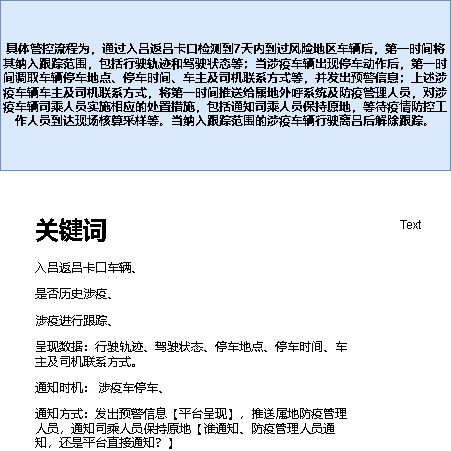
Above: 吕梁疫情防控.drawio.png in xktder/draw (draw.io), before the change. Source tidied: cells renumbered, new cells last; positions are measured from the earlier drawing's top-left corner, leaving out a move shared by most shapes.
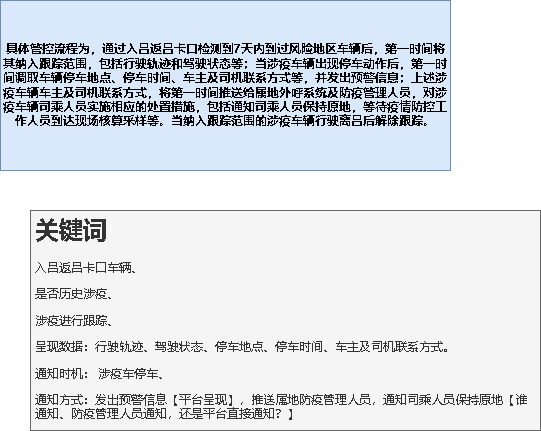
After the change.

Commit message:
更新吕梁疫情防控.drawio.png

Change to the diagram source:
```diff
@@ -5,11 +5,8 @@
     <mxCell id="2" value="具体管控流程为，通过入吕返吕卡口检测到7天内到过风险地区车辆后，第一时间将其纳入跟踪范围，包括行驶轨迹和驾驶状态等；当涉疫车辆出现停车动作后，第一时间调取车辆停车地点、停车时间、车主及司机联系方式等，并发出预警信息；上述涉疫车辆车主及司机联系方式，将第一时间推送给属地外呼系统及防疫管理人员，对涉疫车辆司乘人员实施相应的处置措施，包括通知司乘人员保持原地，等待疫情防控工作人员到达现场核算采样等。当纳入跟踪范围的涉疫车辆行驶离吕后解除跟踪。" style="rounded=0;whiteSpace=wrap;html=1;fontStyle=1;fillColor=#dae8fc;strokeColor=#6c8ebf;" parent="1" vertex="1">
       <mxGeometry width="450" height="170" as="geometry" />
     </mxCell>
-    <mxCell id="3" value="Text" style="text;html=1;strokeColor=none;fillColor=none;align=center;verticalAlign=middle;whiteSpace=wrap;rounded=0;" parent="1" vertex="1">
-      <mxGeometry x="380" y="210" width="60" height="30" as="geometry" />
-    </mxCell>
-    <mxCell id="4" value="&lt;h1&gt;关键词&lt;/h1&gt;&lt;p&gt;入吕返吕卡口车辆、&lt;/p&gt;&lt;p&gt;是否历史涉疫、&lt;/p&gt;&lt;p&gt;涉疫进行跟踪、&lt;/p&gt;&lt;p&gt;呈现数据：行驶轨迹、驾驶状态、停车地点、停车时间、车主及司机联系方式。&lt;/p&gt;&lt;p&gt;通知时机： 涉疫车停车、&lt;/p&gt;&lt;p&gt;通知方式：发出预警信息【平台呈现】，推送属地防疫管理人员，通知司乘人员保持原地【谁通知、防疫管理人员通知，还是平台直接通知？】&lt;/p&gt;&lt;p&gt;取消跟踪：车辆驶离吕。&lt;/p&gt;" style="text;html=1;strokeColor=none;fillColor=none;spacing=5;spacingTop=-20;whiteSpace=wrap;overflow=hidden;rounded=0;" parent="1" vertex="1">
-      <mxGeometry x="30" y="210" width="330" height="240" as="geometry" />
+    <mxCell id="4" value="&lt;h1&gt;关键词&lt;/h1&gt;&lt;p&gt;入吕返吕卡口车辆、&lt;/p&gt;&lt;p&gt;是否历史涉疫、&lt;/p&gt;&lt;p&gt;涉疫进行跟踪、&lt;/p&gt;&lt;p&gt;呈现数据：行驶轨迹、驾驶状态、停车地点、停车时间、车主及司机联系方式。&lt;/p&gt;&lt;p&gt;通知时机： 涉疫车停车、&lt;/p&gt;&lt;p&gt;通知方式：发出预警信息【平台呈现】，推送属地防疫管理人员，通知司乘人员保持原地【谁通知、防疫管理人员通知，还是平台直接通知？】&lt;/p&gt;&lt;p&gt;取消跟踪：车辆驶离吕。&lt;/p&gt;" style="text;html=1;strokeColor=#666666;fillColor=#f5f5f5;spacing=5;spacingTop=-20;whiteSpace=wrap;overflow=hidden;rounded=0;fontColor=#333333;" parent="1" vertex="1">
+      <mxGeometry x="30" y="210" width="510" height="220" as="geometry" />
     </mxCell>
   </root>
 </mxGraphModel>
```
